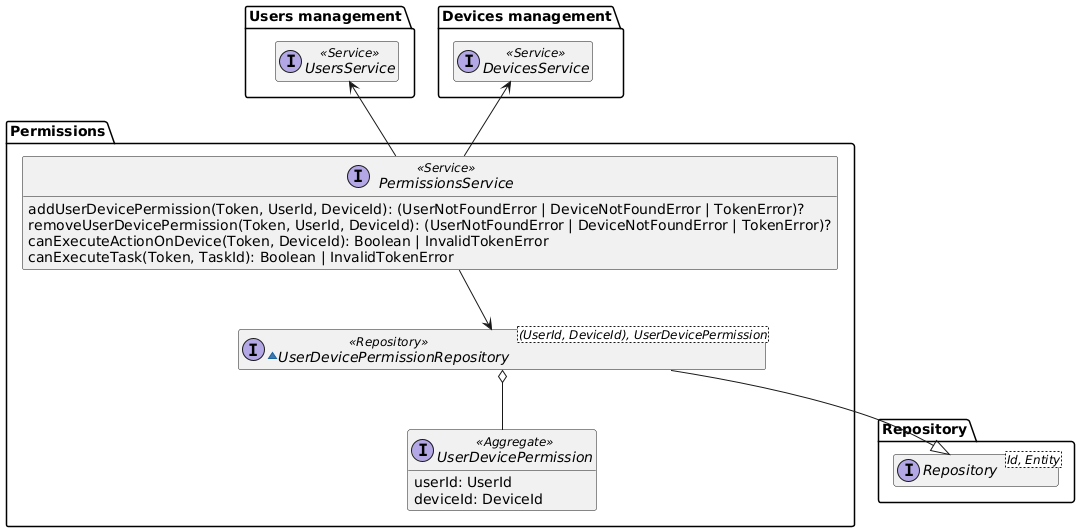
Above: diagrams/generated/notifications-domain-model.png in DomoticASW/.github (PlantUML), before the change.
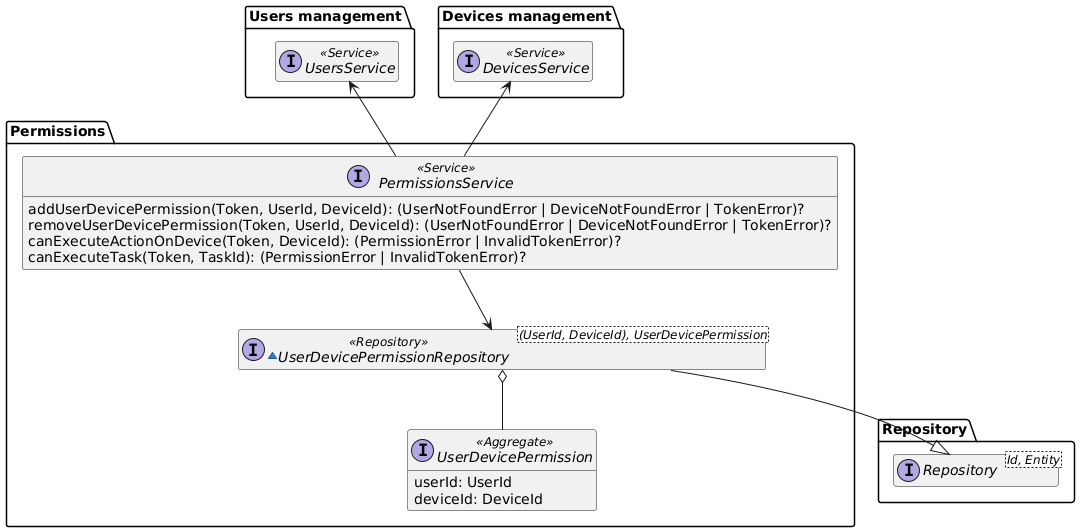
The same file after the commit.

Change to the diagram source:
```diff
@@ -17,8 +17,8 @@
     interface PermissionsService <<Service>> {
         addUserDevicePermission(Token, UserId, DeviceId): (UserNotFoundError | DeviceNotFoundError | TokenError)?
         removeUserDevicePermission(Token, UserId, DeviceId): (UserNotFoundError | DeviceNotFoundError | TokenError)?
-        canExecuteActionOnDevice(Token, DeviceId): Boolean | InvalidTokenError
-        canExecuteTask(Token, TaskId): Boolean | InvalidTokenError
+        canExecuteActionOnDevice(Token, DeviceId): (PermissionError | InvalidTokenError)?
+        canExecuteTask(Token, TaskId): (PermissionError | InvalidTokenError)?
     }
 
     ~interface UserDevicePermissionRepository<(UserId, DeviceId), UserDevicePermission> <<Repository>> {
```
